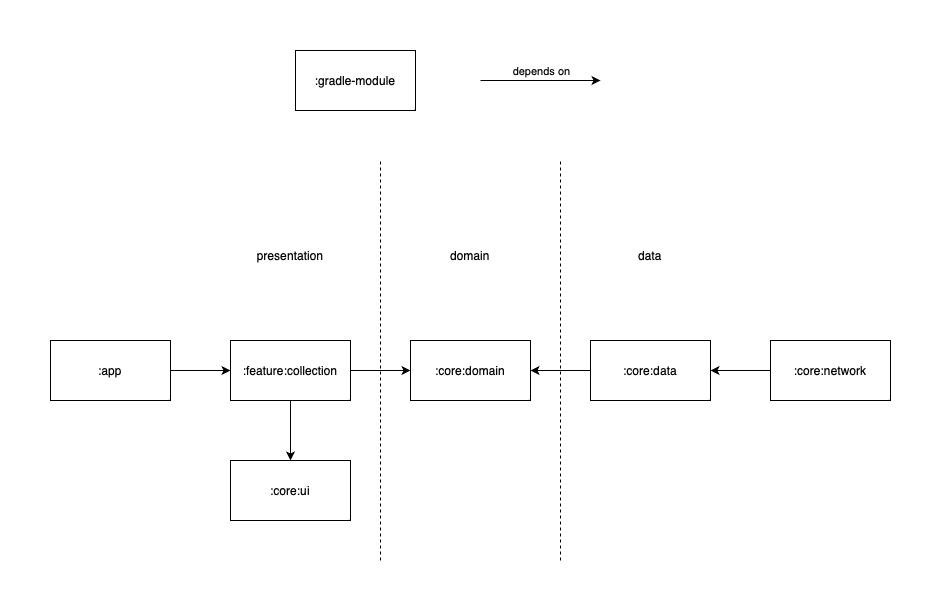
This is images/modules.png from kyrillosgait/rijks-studio, a draw.io export, as it was before one commit. Source tidied: cells renumbered, new cells last; positions are measured from the earlier drawing's top-left corner, leaving out a move shared by most shapes.
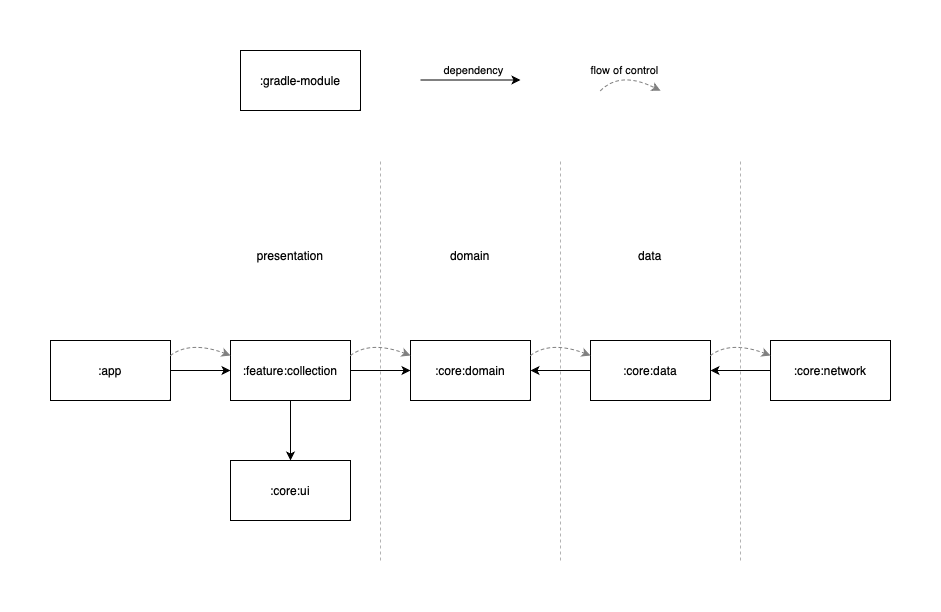
After the change.

Diff of the diagram source:
```diff
@@ -34,28 +34,28 @@
     </mxCell>
     <mxCell id="12" style="endArrow=classic;html=1;rounded=0;" parent="1" edge="1">
       <mxGeometry relative="1" as="geometry">
-        <mxPoint x="430" y="30" as="sourcePoint" />
-        <mxPoint x="550" y="30" as="targetPoint" />
+        <mxPoint x="370" y="29.5" as="sourcePoint" />
+        <mxPoint x="470" y="29.5" as="targetPoint" />
       </mxGeometry>
     </mxCell>
-    <mxCell id="13" value="depends on" style="edgeLabel;html=1;align=center;verticalAlign=middle;" parent="12" vertex="1">
+    <mxCell id="13" value="dependency" style="edgeLabel;html=1;align=center;verticalAlign=middle;" parent="12" vertex="1">
       <mxGeometry x="-0.2" relative="1" as="geometry">
         <mxPoint x="12" y="-10" as="offset" />
       </mxGeometry>
     </mxCell>
     <mxCell id="14" value=":gradle-module" style="rounded=0;whiteSpace=wrap;html=1;" parent="1" vertex="1">
-      <mxGeometry x="245" width="120" height="60" as="geometry" />
+      <mxGeometry x="190" width="120" height="60" as="geometry" />
     </mxCell>
     <mxCell id="15" value=":core:ui" style="rounded=0;whiteSpace=wrap;html=1;" parent="1" vertex="1">
       <mxGeometry x="180" y="410" width="120" height="60" as="geometry" />
     </mxCell>
-    <mxCell id="16" style="endArrow=none;dashed=1;html=1;rounded=0;" parent="1" edge="1">
+    <mxCell id="16" style="endArrow=none;dashed=1;html=1;rounded=0;strokeColor=#B3B3B3;" parent="1" edge="1">
       <mxGeometry relative="1" as="geometry">
         <mxPoint x="330" y="510" as="sourcePoint" />
         <mxPoint x="330" y="110" as="targetPoint" />
       </mxGeometry>
     </mxCell>
-    <mxCell id="17" style="endArrow=none;dashed=1;html=1;rounded=0;" parent="1" edge="1">
+    <mxCell id="17" style="endArrow=none;dashed=1;html=1;rounded=0;strokeColor=#B3B3B3;" parent="1" edge="1">
       <mxGeometry relative="1" as="geometry">
         <mxPoint x="510" y="510" as="sourcePoint" />
         <mxPoint x="510" y="110" as="targetPoint" />
@@ -70,5 +70,53 @@
     <mxCell id="20" value="data" style="text;html=1;strokeColor=none;fillColor=none;align=center;verticalAlign=middle;whiteSpace=wrap;rounded=0;" parent="1" vertex="1">
       <mxGeometry x="570" y="190" width="60" height="30" as="geometry" />
     </mxCell>
+    <mxCell id="21" style="endArrow=classic;html=1;strokeColor=#808080;fillColor=#6a00ff;curved=1;dashed=1;exitX=1;exitY=0.25;exitDx=0;exitDy=0;entryX=0;entryY=0.25;entryDx=0;entryDy=0;" parent="1" edge="1" source="2" target="5">
+      <mxGeometry relative="1" as="geometry">
+        <Array as="points">
+          <mxPoint x="140" y="290" />
+        </Array>
+      </mxGeometry>
+    </mxCell>
+    <mxCell id="22" style="endArrow=classic;html=1;strokeColor=#808080;fillColor=#6a00ff;curved=1;dashed=1;exitX=1;exitY=0.25;exitDx=0;exitDy=0;entryX=0;entryY=0.25;entryDx=0;entryDy=0;" parent="1" edge="1" source="5" target="8">
+      <mxGeometry relative="1" as="geometry">
+        <Array as="points">
+          <mxPoint x="320" y="290" />
+        </Array>
+      </mxGeometry>
+    </mxCell>
+    <mxCell id="23" style="endArrow=classic;html=1;strokeColor=#808080;fillColor=#6a00ff;curved=1;dashed=1;exitX=1;exitY=0.25;exitDx=0;exitDy=0;entryX=0;entryY=0.25;entryDx=0;entryDy=0;" parent="1" edge="1" source="8" target="6">
+      <mxGeometry relative="1" as="geometry">
+        <Array as="points">
+          <mxPoint x="500" y="290" />
+        </Array>
+      </mxGeometry>
+    </mxCell>
+    <mxCell id="24" style="endArrow=classic;html=1;strokeColor=#808080;fillColor=#6a00ff;curved=1;dashed=1;exitX=1;exitY=0.25;exitDx=0;exitDy=0;entryX=0;entryY=0.25;entryDx=0;entryDy=0;" parent="1" edge="1" source="6" target="10">
+      <mxGeometry relative="1" as="geometry">
+        <Array as="points">
+          <mxPoint x="680" y="290" />
+        </Array>
+      </mxGeometry>
+    </mxCell>
+    <mxCell id="25" style="endArrow=classic;html=1;strokeColor=#808080;fillColor=#6a00ff;curved=1;dashed=1;" parent="1" edge="1">
+      <mxGeometry relative="1" as="geometry">
+        <mxPoint x="550" y="40.2" as="sourcePoint" />
+        <mxPoint x="610" y="40.2" as="targetPoint" />
+        <Array as="points">
+          <mxPoint x="570" y="20.2" />
+        </Array>
+      </mxGeometry>
+    </mxCell>
+    <mxCell id="26" value="flow of control" style="edgeLabel;html=1;align=center;verticalAlign=middle;" parent="25" vertex="1">
+      <mxGeometry x="-0.02" y="-8" relative="1" as="geometry">
+        <mxPoint y="-11" as="offset" />
+      </mxGeometry>
+    </mxCell>
+    <mxCell id="27" style="endArrow=none;dashed=1;html=1;rounded=0;strokeColor=#B3B3B3;" parent="1" edge="1">
+      <mxGeometry relative="1" as="geometry">
+        <mxPoint x="690" y="510" as="sourcePoint" />
+        <mxPoint x="690" y="110" as="targetPoint" />
+      </mxGeometry>
+    </mxCell>
   </root>
 </mxGraphModel>
```
